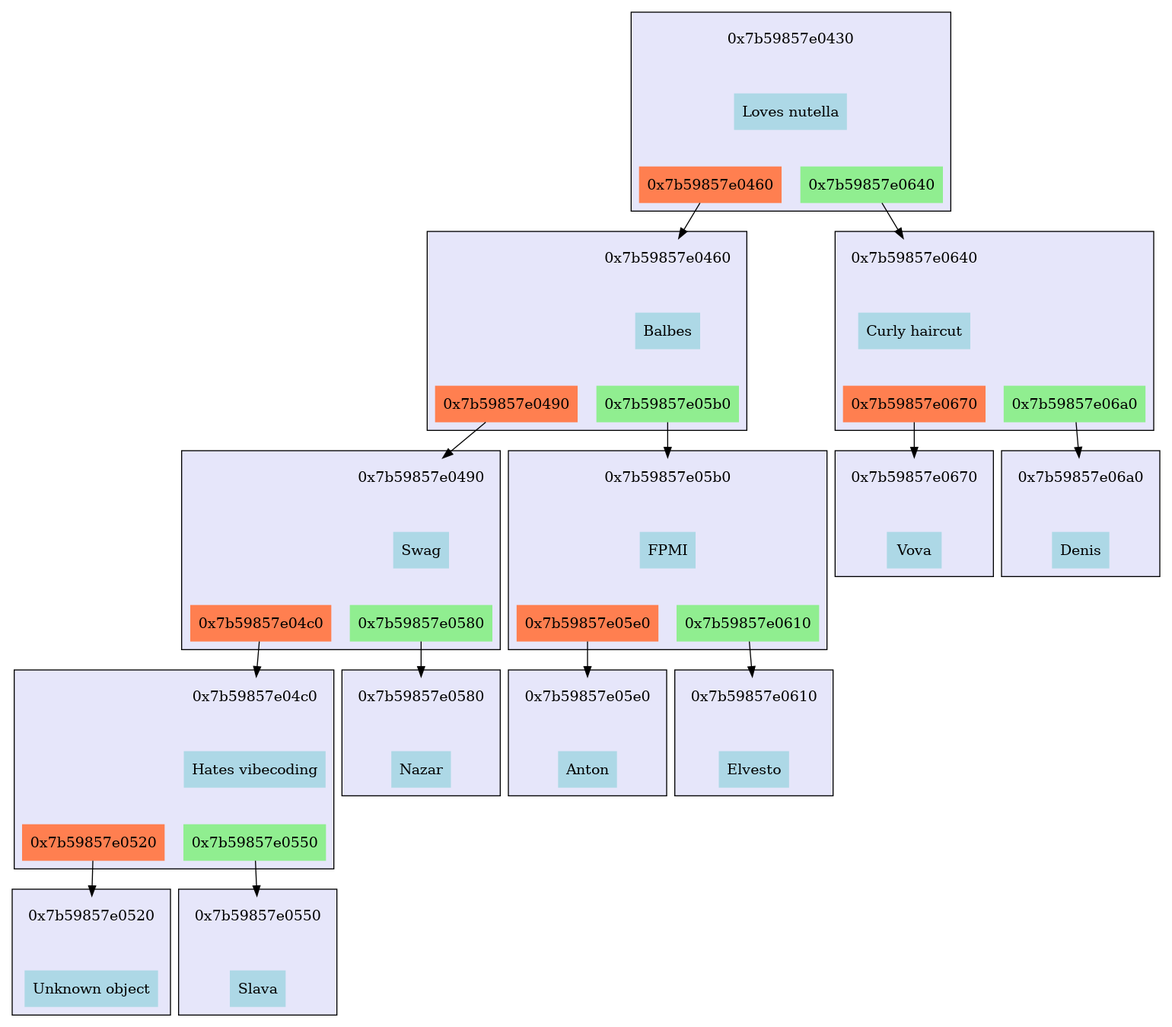
MasterVAE/MIPT_Akinator keeps this Graphviz diagram as files/tree.png. Above is the earlier version. Its source is kept beside it as files/tree.dot.
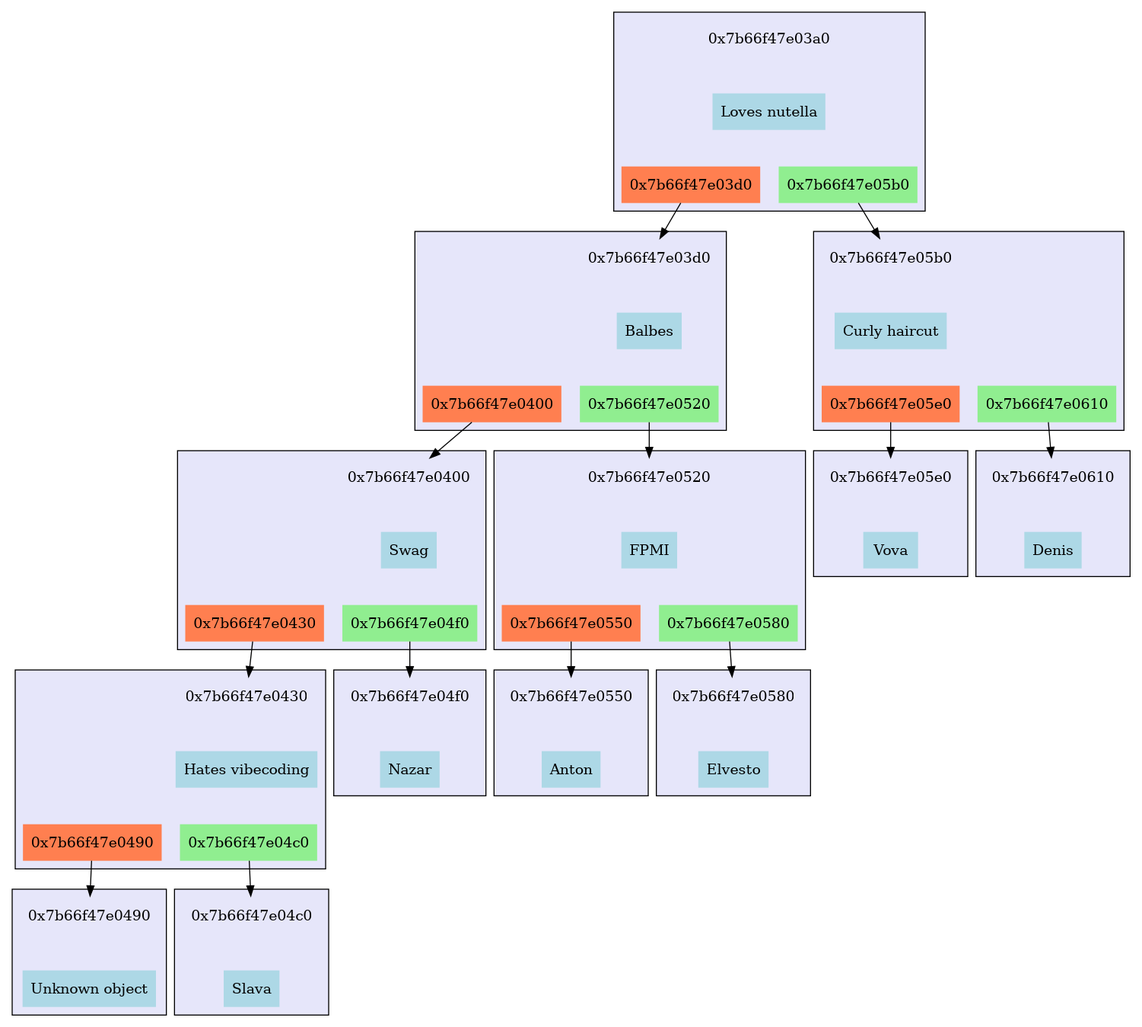
Above is the later version.

Change to the diagram source:
```diff
@@ -1,208 +1,208 @@
 digraph G {	 node [shape=plaintext, style="filled"];
 	 rankdir=TB;
-subgraph cluster_0x7b59857e0430
+subgraph cluster_0x7b66f47e03a0
 {
 	style=filled;
 	rank=0;
 	fillcolor=lavender;
-	"0x7b59857e0430_address"[label="0x7b59857e0430",fillcolor="lavender"];
-	"0x7b59857e0430_value"[label="Loves nutella",fillcolor="lightblue"];
-	subgraph "0x7b59857e0430_bottom"
+	"0x7b66f47e03a0_address"[label="0x7b66f47e03a0",fillcolor="lavender"];
+	"0x7b66f47e03a0_value"[label="Loves nutella",fillcolor="lightblue"];
+	subgraph "0x7b66f47e03a0_bottom"
 	{
 		 style=invis;
-		"0x7b59857e0430_left"[label="0x7b59857e0460",fillcolor="coral"];
-		"0x7b59857e0430_right"[label="0x7b59857e0640",fillcolor="lightgreen"];
+		"0x7b66f47e03a0_left"[label="0x7b66f47e03d0",fillcolor="coral"];
+		"0x7b66f47e03a0_right"[label="0x7b66f47e05b0",fillcolor="lightgreen"];
 	}
-	"0x7b59857e0430_address"->"0x7b59857e0430_value"[style=invis,weight=10];
-	"0x7b59857e0430_value"->"0x7b59857e0430_left"[style=invis,weight=10];
-	"0x7b59857e0430_value"->"0x7b59857e0430_right"[style=invis,weight=10];
+	"0x7b66f47e03a0_address"->"0x7b66f47e03a0_value"[style=invis,weight=10];
+	"0x7b66f47e03a0_value"->"0x7b66f47e03a0_left"[style=invis,weight=10];
+	"0x7b66f47e03a0_value"->"0x7b66f47e03a0_right"[style=invis,weight=10];
 }
-"0x7b59857e0430_left" -> "0x7b59857e0460_address";
-subgraph cluster_0x7b59857e0460
+"0x7b66f47e03a0_left" -> "0x7b66f47e03d0_address";
+subgraph cluster_0x7b66f47e03d0
 {
 	style=filled;
 	rank=1;
 	fillcolor=lavender;
-	"0x7b59857e0460_address"[label="0x7b59857e0460",fillcolor="lavender"];
-	"0x7b59857e0460_value"[label="Balbes",fillcolor="lightblue"];
-	subgraph "0x7b59857e0460_bottom"
+	"0x7b66f47e03d0_address"[label="0x7b66f47e03d0",fillcolor="lavender"];
+	"0x7b66f47e03d0_value"[label="Balbes",fillcolor="lightblue"];
+	subgraph "0x7b66f47e03d0_bottom"
 	{
 		 style=invis;
-		"0x7b59857e0460_left"[label="0x7b59857e0490",fillcolor="coral"];
-		"0x7b59857e0460_right"[label="0x7b59857e05b0",fillcolor="lightgreen"];
+		"0x7b66f47e03d0_left"[label="0x7b66f47e0400",fillcolor="coral"];
+		"0x7b66f47e03d0_right"[label="0x7b66f47e0520",fillcolor="lightgreen"];
 	}
-	"0x7b59857e0460_address"->"0x7b59857e0460_value"[style=invis,weight=10];
-	"0x7b59857e0460_value"->"0x7b59857e0460_left"[style=invis,weight=10];
-	"0x7b59857e0460_value"->"0x7b59857e0460_right"[style=invis,weight=10];
+	"0x7b66f47e03d0_address"->"0x7b66f47e03d0_value"[style=invis,weight=10];
+	"0x7b66f47e03d0_value"->"0x7b66f47e03d0_left"[style=invis,weight=10];
+	"0x7b66f47e03d0_value"->"0x7b66f47e03d0_right"[style=invis,weight=10];
 }
-"0x7b59857e0460_left" -> "0x7b59857e0490_address";
-subgraph cluster_0x7b59857e0490
+"0x7b66f47e03d0_left" -> "0x7b66f47e0400_address";
+subgraph cluster_0x7b66f47e0400
 {
 	style=filled;
 	rank=2;
 	fillcolor=lavender;
-	"0x7b59857e0490_address"[label="0x7b59857e0490",fillcolor="lavender"];
-	"0x7b59857e0490_value"[label="Swag",fillcolor="lightblue"];
-	subgraph "0x7b59857e0490_bottom"
+	"0x7b66f47e0400_address"[label="0x7b66f47e0400",fillcolor="lavender"];
+	"0x7b66f47e0400_value"[label="Swag",fillcolor="lightblue"];
+	subgraph "0x7b66f47e0400_bottom"
 	{
 		 style=invis;
-		"0x7b59857e0490_left"[label="0x7b59857e04c0",fillcolor="coral"];
-		"0x7b59857e0490_right"[label="0x7b59857e0580",fillcolor="lightgreen"];
+		"0x7b66f47e0400_left"[label="0x7b66f47e0430",fillcolor="coral"];
+		"0x7b66f47e0400_right"[label="0x7b66f47e04f0",fillcolor="lightgreen"];
 	}
-	"0x7b59857e0490_address"->"0x7b59857e0490_value"[style=invis,weight=10];
-	"0x7b59857e0490_value"->"0x7b59857e0490_left"[style=invis,weight=10];
-	"0x7b59857e0490_value"->"0x7b59857e0490_right"[style=invis,weight=10];
+	"0x7b66f47e0400_address"->"0x7b66f47e0400_value"[style=invis,weight=10];
+	"0x7b66f47e0400_value"->"0x7b66f47e0400_left"[style=invis,weight=10];
+	"0x7b66f47e0400_value"->"0x7b66f47e0400_right"[style=invis,weight=10];
 }
-"0x7b59857e0490_left" -> "0x7b59857e04c0_address";
-subgraph cluster_0x7b59857e04c0
+"0x7b66f47e0400_left" -> "0x7b66f47e0430_address";
+subgraph cluster_0x7b66f47e0430
 {
 	style=filled;
 	rank=3;
 	fillcolor=lavender;
-	"0x7b59857e04c0_address"[label="0x7b59857e04c0",fillcolor="lavender"];
-	"0x7b59857e04c0_value"[label="Hates vibecoding",fillcolor="lightblue"];
-	subgraph "0x7b59857e04c0_bottom"
+	"0x7b66f47e0430_address"[label="0x7b66f47e0430",fillcolor="lavender"];
+	"0x7b66f47e0430_value"[label="Hates vibecoding",fillcolor="lightblue"];
+	subgraph "0x7b66f47e0430_bottom"
 	{
 		 style=invis;
-		"0x7b59857e04c0_left"[label="0x7b59857e0520",fillcolor="coral"];
-		"0x7b59857e04c0_right"[label="0x7b59857e0550",fillcolor="lightgreen"];
+		"0x7b66f47e0430_left"[label="0x7b66f47e0490",fillcolor="coral"];
+		"0x7b66f47e0430_right"[label="0x7b66f47e04c0",fillcolor="lightgreen"];
 	}
-	"0x7b59857e04c0_address"->"0x7b59857e04c0_value"[style=invis,weight=10];
-	"0x7b59857e04c0_value"->"0x7b59857e04c0_left"[style=invis,weight=10];
-	"0x7b59857e04c0_value"->"0x7b59857e04c0_right"[style=invis,weight=10];
+	"0x7b66f47e0430_address"->"0x7b66f47e0430_value"[style=invis,weight=10];
+	"0x7b66f47e0430_value"->"0x7b66f47e0430_left"[style=invis,weight=10];
+	"0x7b66f47e0430_value"->"0x7b66f47e0430_right"[style=invis,weight=10];
 }
-"0x7b59857e04c0_left" -> "0x7b59857e0520_address";
-subgraph cluster_0x7b59857e0520
+"0x7b66f47e0430_left" -> "0x7b66f47e0490_address";
+subgraph cluster_0x7b66f47e0490
 {
 	style=filled;
 	rank=4;
 	fillcolor=lavender;
-	"0x7b59857e0520_address"[label="0x7b59857e0520",fillcolor="lavender"];
-	"0x7b59857e0520_value"[label="Unknown object",fillcolor="lightblue"];
-	subgraph "0x7b59857e0520_bottom"
+	"0x7b66f47e0490_address"[label="0x7b66f47e0490",fillcolor="lavender"];
+	"0x7b66f47e0490_value"[label="Unknown object",fillcolor="lightblue"];
+	subgraph "0x7b66f47e0490_bottom"
 	{
 		 style=invis;
 	}
-	"0x7b59857e0520_address"->"0x7b59857e0520_value"[style=invis,weight=10];
+	"0x7b66f47e0490_address"->"0x7b66f47e0490_value"[style=invis,weight=10];
 }
-"0x7b59857e04c0_right" -> "0x7b59857e0550_address";
-subgraph cluster_0x7b59857e0550
+"0x7b66f47e0430_right" -> "0x7b66f47e04c0_address";
+subgraph cluster_0x7b66f47e04c0
 {
 	style=filled;
 	rank=4;
 	fillcolor=lavender;
-	"0x7b59857e0550_address"[label="0x7b59857e0550",fillcolor="lavender"];
-	"0x7b59857e0550_value"[label="Slava",fillcolor="lightblue"];
-	subgraph "0x7b59857e0550_bottom"
+	"0x7b66f47e04c0_address"[label="0x7b66f47e04c0",fillcolor="lavender"];
+	"0x7b66f47e04c0_value"[label="Slava",fillcolor="lightblue"];
+	subgraph "0x7b66f47e04c0_bottom"
 	{
 		 style=invis;
 	}
-	"0x7b59857e0550_address"->"0x7b59857e0550_value"[style=invis,weight=10];
+	"0x7b66f47e04c0_address"->"0x7b66f47e04c0_value"[style=invis,weight=10];
 }
-"0x7b59857e0490_right" -> "0x7b59857e0580_address";
-subgraph cluster_0x7b59857e0580
+"0x7b66f47e0400_right" -> "0x7b66f47e04f0_address";
+subgraph cluster_0x7b66f47e04f0
 {
 	style=filled;
 	rank=3;
 	fillcolor=lavender;
-	"0x7b59857e0580_address"[label="0x7b59857e0580",fillcolor="lavender"];
-	"0x7b59857e0580_value"[label="Nazar",fillcolor="lightblue"];
-	subgraph "0x7b59857e0580_bottom"
+	"0x7b66f47e04f0_address"[label="0x7b66f47e04f0",fillcolor="lavender"];
+	"0x7b66f47e04f0_value"[label="Nazar",fillcolor="lightblue"];
+	subgraph "0x7b66f47e04f0_bottom"
 	{
 		 style=invis;
 	}
-	"0x7b59857e0580_address"->"0x7b59857e0580_value"[style=invis,weight=10];
+	"0x7b66f47e04f0_address"->"0x7b66f47e04f0_value"[style=invis,weight=10];
 }
-"0x7b59857e0460_right" -> "0x7b59857e05b0_address";
-subgraph cluster_0x7b59857e05b0
+"0x7b66f47e03d0_right" -> "0x7b66f47e0520_address";
+subgraph cluster_0x7b66f47e0520
 {
 	style=filled;
 	rank=2;
 	fillcolor=lavender;
-	"0x7b59857e05b0_address"[label="0x7b59857e05b0",fillcolor="lavender"];
-	"0x7b59857e05b0_value"[label="FPMI",fillcolor="lightblue"];
-	subgraph "0x7b59857e05b0_bottom"
+	"0x7b66f47e0520_address"[label="0x7b66f47e0520",fillcolor="lavender"];
+	"0x7b66f47e0520_value"[label="FPMI",fillcolor="lightblue"];
+	subgraph "0x7b66f47e0520_bottom"
 	{
 		 style=invis;
-		"0x7b59857e05b0_left"[label="0x7b59857e05e0",fillcolor="coral"];
-		"0x7b59857e05b0_right"[label="0x7b59857e0610",fillcolor="lightgreen"];
+		"0x7b66f47e0520_left"[label="0x7b66f47e0550",fillcolor="coral"];
+		"0x7b66f47e0520_right"[label="0x7b66f47e0580",fillcolor="lightgreen"];
 	}
-	"0x7b59857e05b0_address"->"0x7b59857e05b0_value"[style=invis,weight=10];
-	"0x7b59857e05b0_value"->"0x7b59857e05b0_left"[style=invis,weight=10];
-	"0x7b59857e05b0_value"->"0x7b59857e05b0_right"[style=invis,weight=10];
+	"0x7b66f47e0520_address"->"0x7b66f47e0520_value"[style=invis,weight=10];
+	"0x7b66f47e0520_value"->"0x7b66f47e0520_left"[style=invis,weight=10];
+	"0x7b66f47e0520_value"->"0x7b66f47e0520_right"[style=invis,weight=10];
 }
-"0x7b59857e05b0_left" -> "0x7b59857e05e0_address";
-subgraph cluster_0x7b59857e05e0
+"0x7b66f47e0520_left" -> "0x7b66f47e0550_address";
+subgraph cluster_0x7b66f47e0550
 {
 	style=filled;
 	rank=3;
 	fillcolor=lavender;
-	"0x7b59857e05e0_address"[label="0x7b59857e05e0",fillcolor="lavender"];
-	"0x7b59857e05e0_value"[label="Anton",fillcolor="lightblue"];
-	subgraph "0x7b59857e05e0_bottom"
+	"0x7b66f47e0550_address"[label="0x7b66f47e0550",fillcolor="lavender"];
+	"0x7b66f47e0550_value"[label="Anton",fillcolor="lightblue"];
+	subgraph "0x7b66f47e0550_bottom"
 	{
 		 style=invis;
 	}
-	"0x7b59857e05e0_address"->"0x7b59857e05e0_value"[style=invis,weight=10];
+	"0x7b66f47e0550_address"->"0x7b66f47e0550_value"[style=invis,weight=10];
 }
-"0x7b59857e05b0_right" -> "0x7b59857e0610_address";
-subgraph cluster_0x7b59857e0610
+"0x7b66f47e0520_right" -> "0x7b66f47e0580_address";
+subgraph cluster_0x7b66f47e0580
 {
 	style=filled;
 	rank=3;
 	fillcolor=lavender;
-	"0x7b59857e0610_address"[label="0x7b59857e0610",fillcolor="lavender"];
-	"0x7b59857e0610_value"[label="Elvesto",fillcolor="lightblue"];
-	subgraph "0x7b59857e0610_bottom"
+	"0x7b66f47e0580_address"[label="0x7b66f47e0580",fillcolor="lavender"];
+	"0x7b66f47e0580_value"[label="Elvesto",fillcolor="lightblue"];
+	subgraph "0x7b66f47e0580_bottom"
 	{
 		 style=invis;
 	}
-	"0x7b59857e0610_address"->"0x7b59857e0610_value"[style=invis,weight=10];
+	"0x7b66f47e0580_address"->"0x7b66f47e0580_value"[style=invis,weight=10];
 }
-"0x7b59857e0430_right" -> "0x7b59857e0640_address";
-subgraph cluster_0x7b59857e0640
+"0x7b66f47e03a0_right" -> "0x7b66f47e05b0_address";
+subgraph cluster_0x7b66f47e05b0
 {
 	style=filled;
 	rank=1;
 	fillcolor=lavender;
-	"0x7b59857e0640_address"[label="0x7b59857e0640",fillcolor="lavender"];
-	"0x7b59857e0640_value"[label="Curly haircut",fillcolor="lightblue"];
-	subgraph "0x7b59857e0640_bottom"
+	"0x7b66f47e05b0_address"[label="0x7b66f47e05b0",fillcolor="lavender"];
+	"0x7b66f47e05b0_value"[label="Curly haircut",fillcolor="lightblue"];
+	subgraph "0x7b66f47e05b0_bottom"
 	{
 		 style=invis;
-		"0x7b59857e0640_left"[label="0x7b59857e0670",fillcolor="coral"];
-		"0x7b59857e0640_right"[label="0x7b59857e06a0",fillcolor="lightgreen"];
+		"0x7b66f47e05b0_left"[label="0x7b66f47e05e0",fillcolor="coral"];
+		"0x7b66f47e05b0_right"[label="0x7b66f47e0610",fillcolor="lightgreen"];
 	}
-	"0x7b59857e0640_address"->"0x7b59857e0640_value"[style=invis,weight=10];
-	"0x7b59857e0640_value"->"0x7b59857e0640_left"[style=invis,weight=10];
-	"0x7b59857e0640_value"->"0x7b59857e0640_right"[style=invis,weight=10];
+	"0x7b66f47e05b0_address"->"0x7b66f47e05b0_value"[style=invis,weight=10];
+	"0x7b66f47e05b0_value"->"0x7b66f47e05b0_left"[style=invis,weight=10];
+	"0x7b66f47e05b0_value"->"0x7b66f47e05b0_right"[style=invis,weight=10];
 }
-"0x7b59857e0640_left" -> "0x7b59857e0670_address";
-subgraph cluster_0x7b59857e0670
+"0x7b66f47e05b0_left" -> "0x7b66f47e05e0_address";
+subgraph cluster_0x7b66f47e05e0
 {
 	style=filled;
 	rank=2;
 	fillcolor=lavender;
-	"0x7b59857e0670_address"[label="0x7b59857e0670",fillcolor="lavender"];
-	"0x7b59857e0670_value"[label="Vova",fillcolor="lightblue"];
-	subgraph "0x7b59857e0670_bottom"
+	"0x7b66f47e05e0_address"[label="0x7b66f47e05e0",fillcolor="lavender"];
+	"0x7b66f47e05e0_value"[label="Vova",fillcolor="lightblue"];
+	subgraph "0x7b66f47e05e0_bottom"
 	{
 		 style=invis;
 	}
-	"0x7b59857e0670_address"->"0x7b59857e0670_value"[style=invis,weight=10];
+	"0x7b66f47e05e0_address"->"0x7b66f47e05e0_value"[style=invis,weight=10];
 }
-"0x7b59857e0640_right" -> "0x7b59857e06a0_address";
-subgraph cluster_0x7b59857e06a0
+"0x7b66f47e05b0_right" -> "0x7b66f47e0610_address";
+subgraph cluster_0x7b66f47e0610
 {
 	style=filled;
 	rank=2;
 	fillcolor=lavender;
-	"0x7b59857e06a0_address"[label="0x7b59857e06a0",fillcolor="lavender"];
-	"0x7b59857e06a0_value"[label="Denis",fillcolor="lightblue"];
-	subgraph "0x7b59857e06a0_bottom"
+	"0x7b66f47e0610_address"[label="0x7b66f47e0610",fillcolor="lavender"];
+	"0x7b66f47e0610_value"[label="Denis",fillcolor="lightblue"];
+	subgraph "0x7b66f47e0610_bottom"
 	{
 		 style=invis;
 	}
-	"0x7b59857e06a0_address"->"0x7b59857e06a0_value"[style=invis,weight=10];
+	"0x7b66f47e0610_address"->"0x7b66f47e0610_value"[style=invis,weight=10];
 }
 }
```
